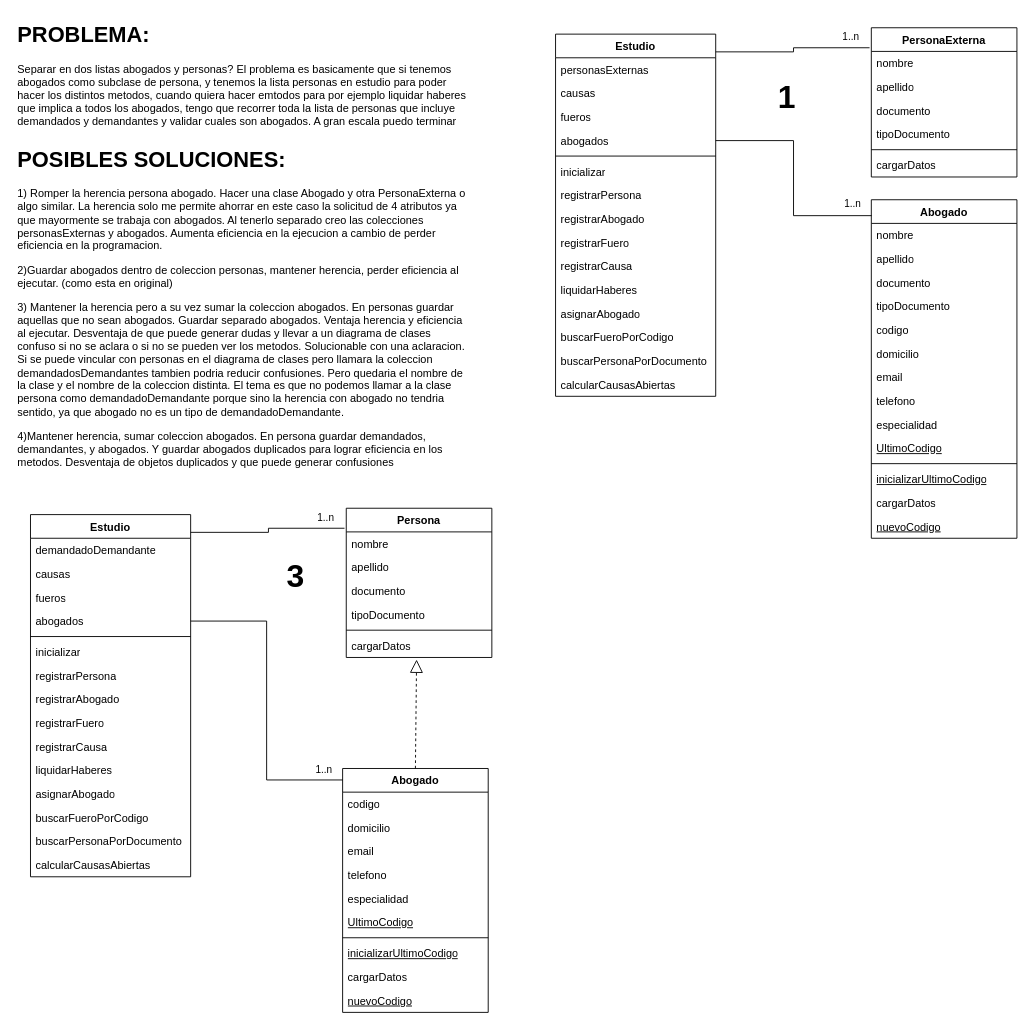
Above: page "Dudas" (2 of 2) of diagrama.drawio in Valentin-Leone-Arriola/Paradigmas-2026-2k06-G03 (draw.io), before the change. Source tidied: cells renumbered, new cells numbered last; positions are measured from the earlier drawing's top-left corner, leaving out a move shared by most shapes. Both pictures are drawn from the tidied source at 91%, with x=0, y=0 at pixel (15, 15).
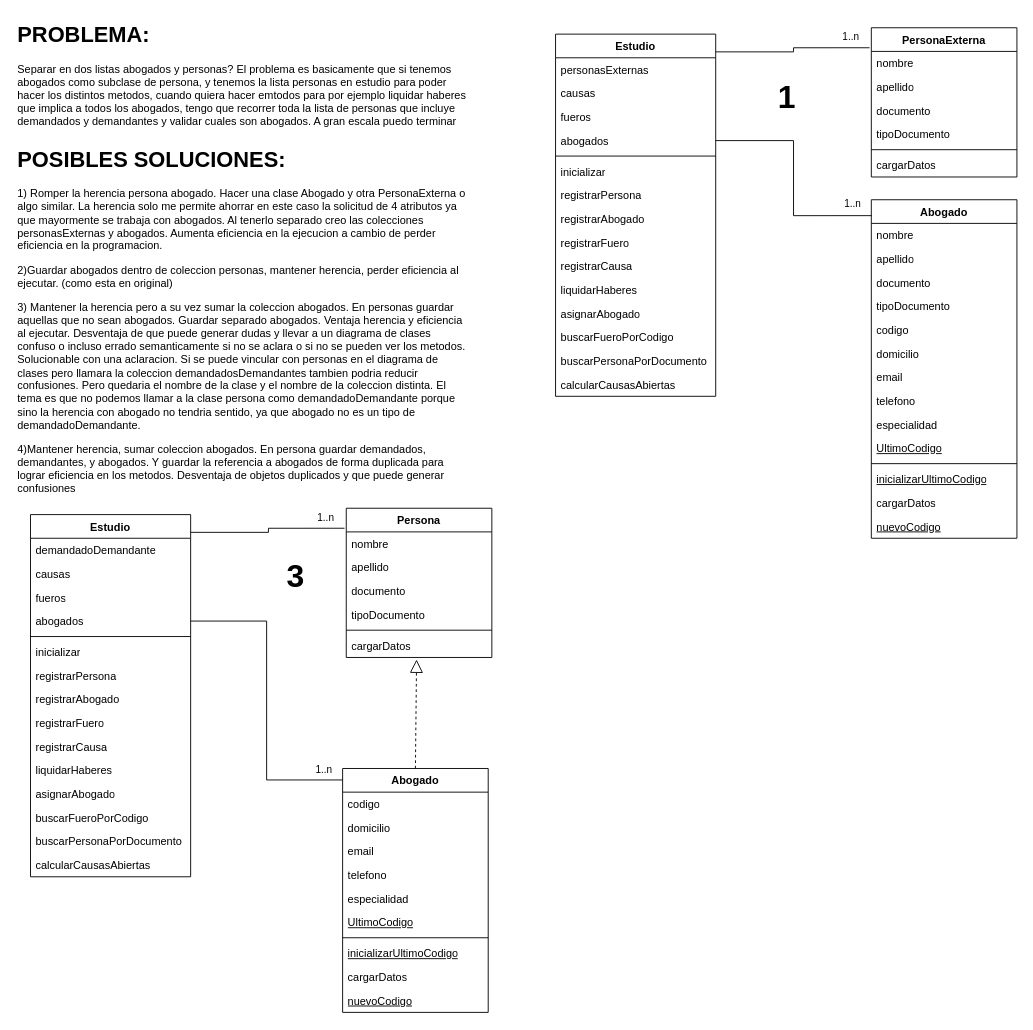
The same diagram, later.

What changed in the source:
```diff
@@
-    <mxCell id="43" value="&lt;h1 style=&quot;margin-top: 0px;&quot;&gt;POSIBLES SOLUCIONES:&lt;/h1&gt;&lt;p&gt;1) Romper la herencia persona abogado. Hacer una clase Abogado y otra PersonaExterna o algo similar. La herencia solo me permite ahorrar en este caso la solicitud de 4 atributos ya que mayormente se trabaja con abogados. Al tenerlo separado creo las colecciones personasExternas y abogados. Aumenta eficiencia en la ejecucion a cambio de perder eficiencia en la programacion.&lt;/p&gt;&lt;p&gt;2)Guardar abogados dentro de coleccion personas, mantener herencia, perder eficiencia al ejecutar. (como esta en original)&lt;/p&gt;&lt;p&gt;3) Mantener la herencia pero a su vez sumar la coleccion abogados. En personas guardar aquellas que no sean abogados. Guardar separado abogados. Ventaja herencia y eficiencia al ejecutar. Desventaja de que puede generar dudas y llevar a un diagrama de clases confuso si no se aclara o si no se pueden ver los metodos. Solucionable con una aclaracion. Si se puede vincular con personas en el diagrama de clases pero llamara la coleccion demandadosDemandantes tambien podria reducir confusiones. Pero quedaria el nombre de la clase y el nombre de la coleccion distinta. El tema es que no podemos llamar a la clase persona como demandadoDemandante porque sino la herencia con abogado no tendria sentido, ya que abogado no es un tipo de demandadoDemandante.&amp;nbsp;&lt;/p&gt;&lt;p&gt;4)Mantener herencia, sumar coleccion abogados. En persona guardar demandados, demandantes, y abogados. Y guardar abogados duplicados para lograr eficiencia en los metodos. Desventaja de objetos duplicados y que puede generar confusiones&lt;/p&gt;" style="text;html=1;whiteSpace=wrap;overflow=hidden;rounded=0;" parent="1" vertex="1">
+    <mxCell id="43" value="&lt;h1 style=&quot;margin-top: 0px;&quot;&gt;POSIBLES SOLUCIONES:&lt;/h1&gt;&lt;p&gt;1) Romper la herencia persona abogado. Hacer una clase Abogado y otra PersonaExterna o algo similar. La herencia solo me permite ahorrar en este caso la solicitud de 4 atributos ya que mayormente se trabaja con abogados. Al tenerlo separado creo las colecciones personasExternas y abogados. Aumenta eficiencia en la ejecucion a cambio de perder eficiencia en la programacion.&lt;/p&gt;&lt;p&gt;2)Guardar abogados dentro de coleccion personas, mantener herencia, perder eficiencia al ejecutar. (como esta en original)&lt;/p&gt;&lt;p&gt;3) Mantener la herencia pero a su vez sumar la coleccion abogados. En personas guardar aquellas que no sean abogados. Guardar separado abogados. Ventaja herencia y eficiencia al ejecutar. Desventaja de que puede generar dudas y llevar a un diagrama de clases confuso o incluso errado semanticamente si no se aclara o si no se pueden ver los metodos. Solucionable con una aclaracion. Si se puede vincular con personas en el diagrama de clases pero llamara la coleccion demandadosDemandantes tambien podria reducir confusiones. Pero quedaria el nombre de la clase y el nombre de la coleccion distinta. El tema es que no podemos llamar a la clase persona como demandadoDemandante porque sino la herencia con abogado no tendria sentido, ya que abogado no es un tipo de demandadoDemandante.&amp;nbsp;&lt;/p&gt;&lt;p&gt;4)Mantener herencia, sumar coleccion abogados. En persona guardar demandados, demandantes, y abogados. Y guardar la referencia a abogados de forma duplicada para lograr eficiencia en los metodos. Desventaja de objetos duplicados y que puede generar confusiones&lt;/p&gt;" style="text;html=1;whiteSpace=wrap;overflow=hidden;rounded=0;" parent="1" vertex="1">
       <mxGeometry y="137" width="496" height="491" as="geometry" />
     </mxCell>
```
